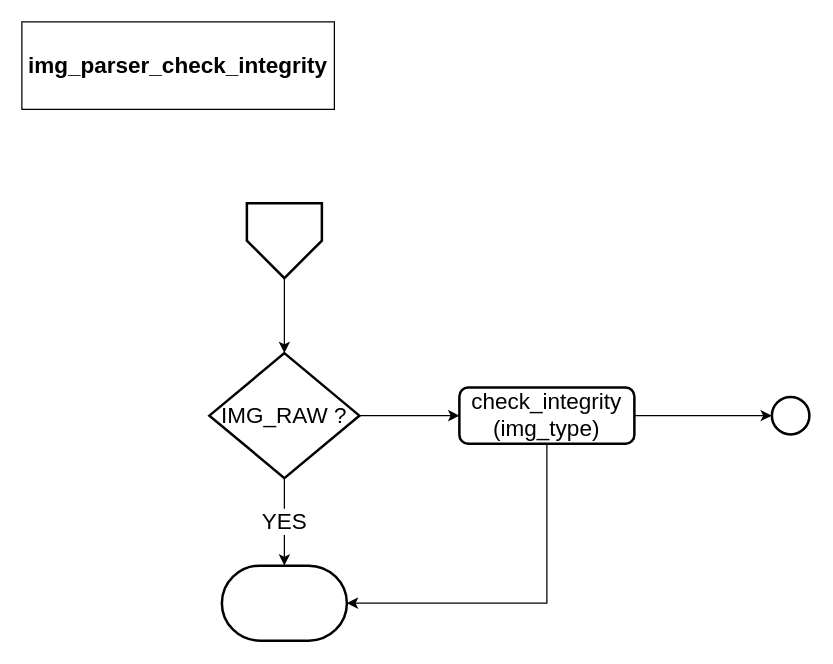
Before: page "img_parser_check_integrity" (2 of 7) of mbedx509_parser.drawio in daichin/secureboot, a draw.io diagram. Source tidied: cells renumbered, new cells numbered last; positions are measured from the earlier drawing's top-left corner, leaving out a move shared by most shapes. Both pictures are drawn from the tidied source at 125%, with x=0, y=0 at pixel (21, 21).
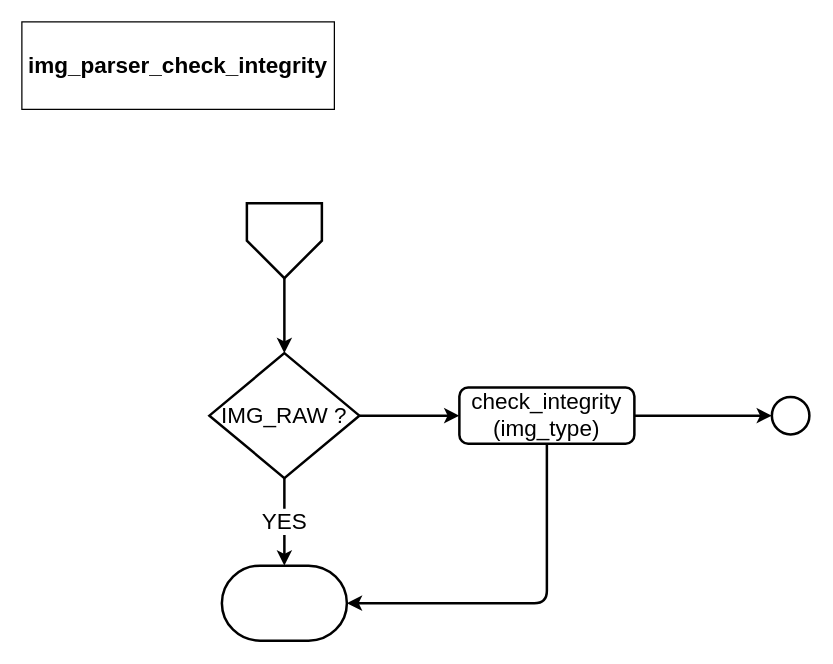
Above is the later version.

Change to the diagram source:
```diff
@@
 <mxGraphModel>
   <root>
     <mxCell id="0" />
     <mxCell id="1" parent="0" />
     <mxCell id="2" value="&lt;span style=&quot;font-size: 18px;&quot;&gt;img_parser_check_integrity&lt;br style=&quot;font-size: 18px;&quot;&gt;&lt;/span&gt;" style="text;html=1;strokeColor=#000000;fillColor=none;align=center;verticalAlign=middle;whiteSpace=wrap;rounded=0;fontSize=18;fontStyle=1;" parent="1" vertex="1">
       <mxGeometry width="250" height="70" as="geometry" />
     </mxCell>
-    <mxCell id="3" style="edgeStyle=orthogonalEdgeStyle;rounded=0;jettySize=auto;html=1;fontSize=18;" parent="1" edge="1" source="4" target="7">
+    <mxCell id="3" style="edgeStyle=orthogonalEdgeStyle;rounded=0;jettySize=auto;html=1;fontSize=18;strokeWidth=2;" parent="1" edge="1" source="4" target="7">
       <mxGeometry relative="1" as="geometry" />
     </mxCell>
     <mxCell id="4" style="verticalLabelPosition=bottom;verticalAlign=top;html=1;strokeWidth=2;shape=offPageConnector;rounded=0;size=0.5;fontSize=18;" parent="1" vertex="1">
       <mxGeometry x="180" y="145" width="60" height="60" as="geometry" />
     </mxCell>
-    <mxCell id="5" value="YES" style="edgeStyle=orthogonalEdgeStyle;rounded=0;jettySize=auto;html=1;fontSize=18;" parent="1" edge="1" source="7" target="8">
+    <mxCell id="5" value="YES" style="edgeStyle=orthogonalEdgeStyle;rounded=0;jettySize=auto;html=1;fontSize=18;strokeWidth=2;fontStyle=0;" parent="1" edge="1" source="7" target="8">
       <mxGeometry relative="1" as="geometry" />
     </mxCell>
-    <mxCell id="6" style="edgeStyle=orthogonalEdgeStyle;rounded=0;jettySize=auto;html=1;fontSize=18;" parent="1" edge="1" source="7" target="11">
+    <mxCell id="6" style="edgeStyle=orthogonalEdgeStyle;rounded=0;jettySize=auto;html=1;fontSize=18;strokeWidth=2;" parent="1" edge="1" source="7" target="11">
       <mxGeometry relative="1" as="geometry" />
     </mxCell>
     <mxCell id="7" value="IMG_RAW ?" style="strokeWidth=2;html=1;shape=mxgraph.flowchart.decision;whiteSpace=wrap;fontSize=18;" parent="1" vertex="1">
       <mxGeometry x="150" y="265" width="120" height="100" as="geometry" />
     </mxCell>
     <mxCell id="8" style="strokeWidth=2;html=1;shape=mxgraph.flowchart.terminator;whiteSpace=wrap;fontSize=18;" parent="1" vertex="1">
       <mxGeometry x="160" y="435" width="100" height="60" as="geometry" />
     </mxCell>
-    <mxCell id="9" style="edgeStyle=orthogonalEdgeStyle;rounded=0;jettySize=auto;html=1;exitX=0.5;exitY=1;exitDx=0;exitDy=0;entryX=1;entryY=0.5;entryDx=0;entryDy=0;entryPerimeter=0;" parent="1" edge="1" source="11" target="8">
+    <mxCell id="9" style="edgeStyle=orthogonalEdgeStyle;rounded=1;jettySize=auto;html=1;exitX=0.5;exitY=1;exitDx=0;exitDy=0;entryX=1;entryY=0.5;entryDx=0;entryDy=0;entryPerimeter=0;strokeWidth=2;" parent="1" edge="1" source="11" target="8">
       <mxGeometry relative="1" as="geometry" />
     </mxCell>
-    <mxCell id="10" style="edgeStyle=orthogonalEdgeStyle;rounded=0;jettySize=auto;html=1;exitX=1;exitY=0.5;exitDx=0;exitDy=0;entryX=0;entryY=0.5;entryDx=0;entryDy=0;entryPerimeter=0;" parent="1" edge="1" source="11" target="12">
+    <mxCell id="10" style="edgeStyle=orthogonalEdgeStyle;rounded=0;jettySize=auto;html=1;exitX=1;exitY=0.5;exitDx=0;exitDy=0;entryX=0;entryY=0.5;entryDx=0;entryDy=0;entryPerimeter=0;strokeWidth=2;" parent="1" edge="1" source="11" target="12">
       <mxGeometry relative="1" as="geometry" />
     </mxCell>
     <mxCell id="11" value="check_integrity (img_type)" style="rounded=1;whiteSpace=wrap;html=1;absoluteArcSize=1;arcSize=14;strokeWidth=2;fontSize=18;" parent="1" vertex="1">
       <mxGeometry x="350" y="292.5" width="140" height="45" as="geometry" />
     </mxCell>
     <mxCell id="12" style="verticalLabelPosition=bottom;verticalAlign=top;html=1;strokeWidth=2;shape=mxgraph.flowchart.on-page_reference;" parent="1" vertex="1">
       <mxGeometry x="600" y="300" width="30" height="30" as="geometry" />
     </mxCell>
   </root>
 </mxGraphModel>
```
